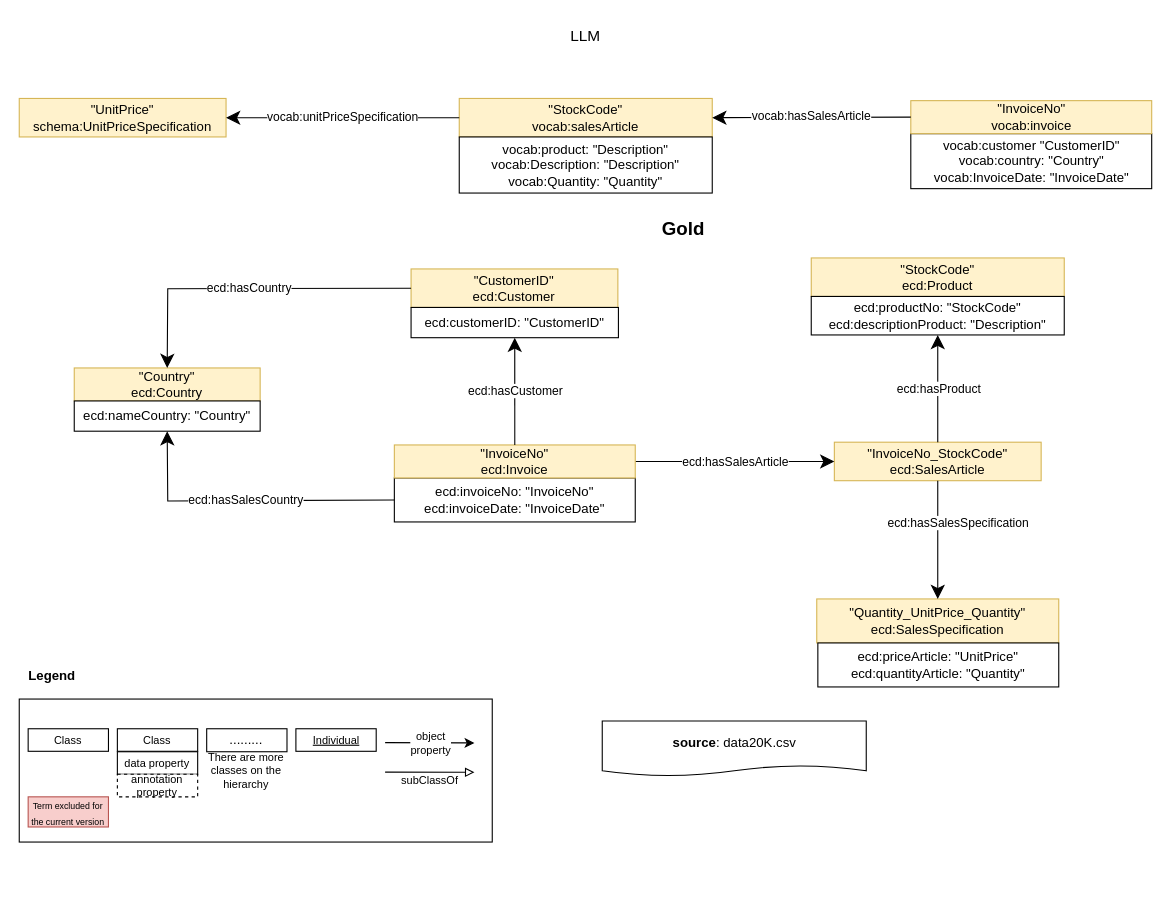
This is page "Gold-LLM" (3 of 6) of E-CommerceData/Figures/eCommerce.drawio from tecnomod-um/EvaluationGraphAlignmentMethods, a draw.io file, before an edit. Source tidied: cells renumbered, new cells numbered last; positions are measured from the earlier drawing's top-left corner, leaving out a move shared by most shapes. Both pictures are drawn from the tidied source at 110%, with x=0, y=0 at pixel (19, 19).
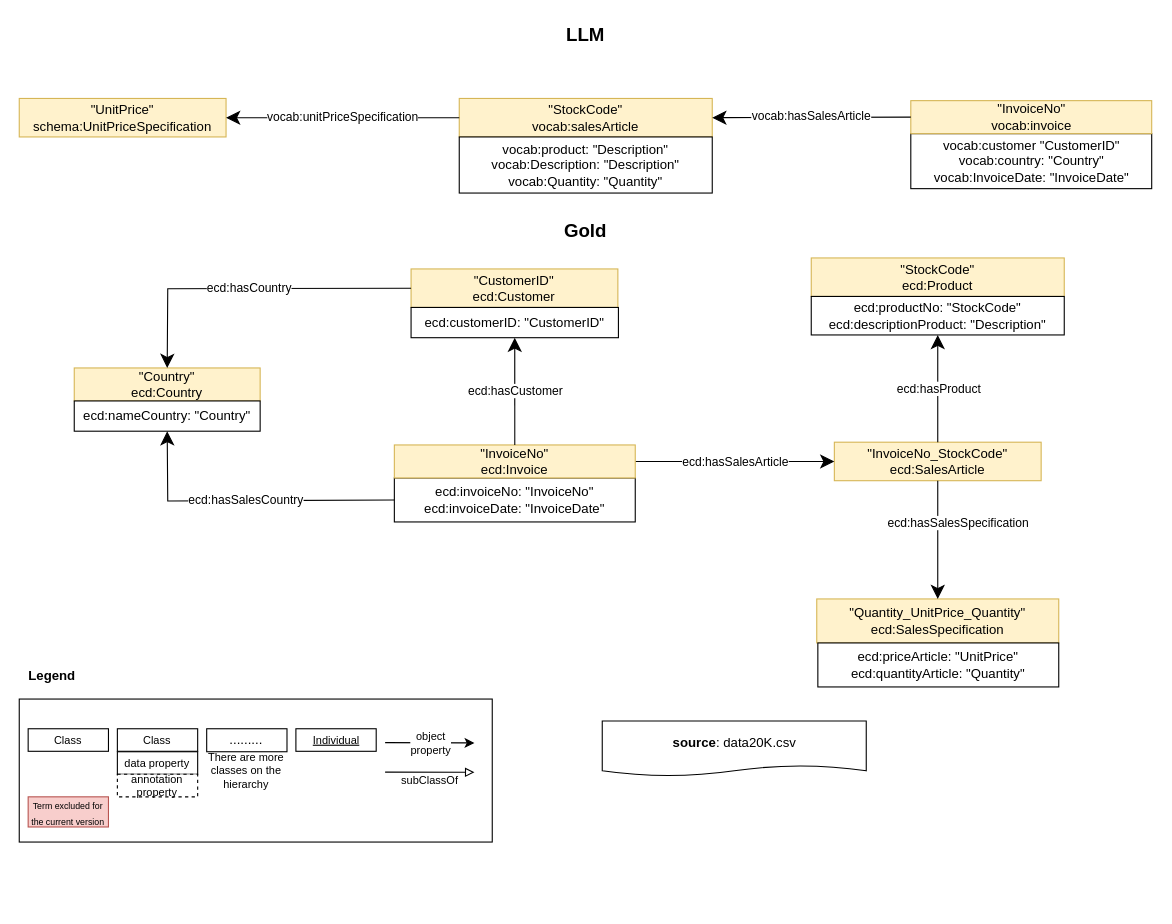
Above is the later version.

The edit, as a diff of the source:
```diff
@@
-    <mxCell id="15" value="LLM" style="text;html=1;strokeColor=none;fillColor=none;align=center;verticalAlign=middle;whiteSpace=wrap;rounded=0;dashed=1;fontSize=14;" parent="1" vertex="1">
+    <mxCell id="15" value="&lt;font style=&quot;font-size: 17px;&quot;&gt;&lt;b&gt;LLM&lt;/b&gt;&lt;/font&gt;" style="text;html=1;strokeColor=none;fillColor=none;align=center;verticalAlign=middle;whiteSpace=wrap;rounded=0;dashed=1;fontSize=14;" parent="1" vertex="1">
       <mxGeometry x="495" width="40" height="30" as="geometry" />
     </mxCell>
@@
     <mxCell id="41" value="Gold" style="text;html=1;strokeColor=none;fillColor=none;align=center;verticalAlign=middle;whiteSpace=wrap;rounded=0;dashed=1;fontSize=17;fontStyle=1;" parent="1" vertex="1">
-      <mxGeometry x="544.2" y="177" width="120" height="30" as="geometry" />
+      <mxGeometry x="455" y="178" width="120" height="30" as="geometry" />
     </mxCell>
```
